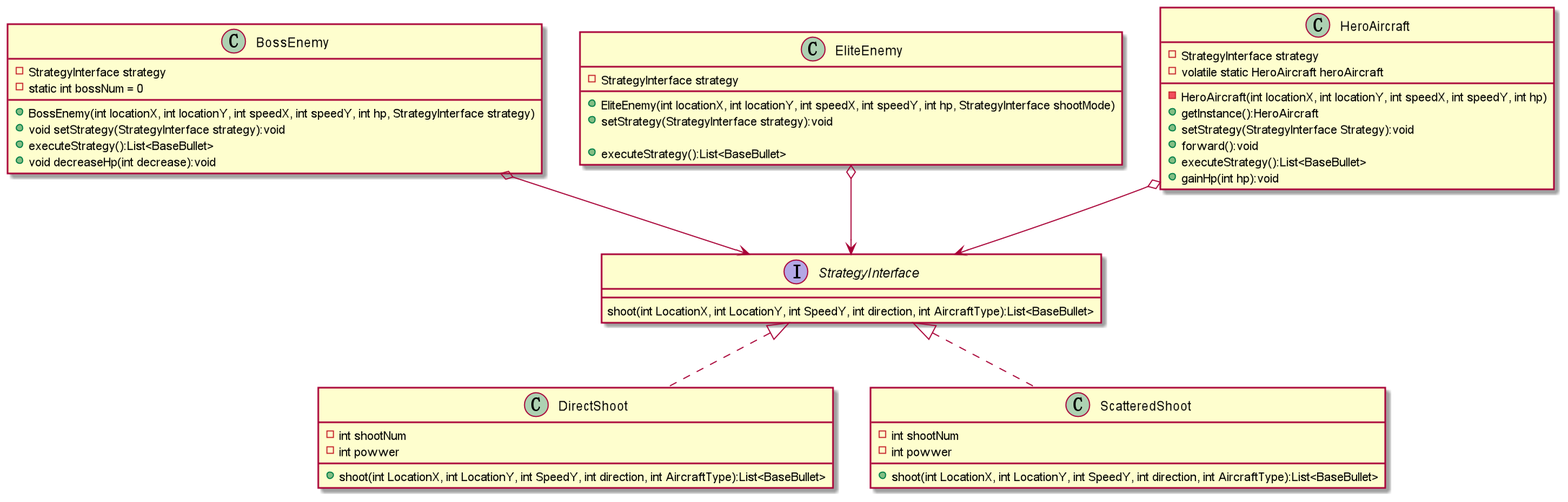
Before: uml/Strategy.png, a diagram exported from PlantUML (Lai-JX/java_lab). Its diagram source:
```plantuml
@startuml



interface StrategyInterface
class DirectShoot
class ScatteredShoot
class BossEnemy
class EliteEnemy
class HeroAircraft


StrategyInterface <|.. DirectShoot
StrategyInterface <|.. ScatteredShoot
BossEnemy o--> StrategyInterface
EliteEnemy o--> StrategyInterface
HeroAircraft o--> StrategyInterface


interface StrategyInterface {
    shoot(int LocationX, int LocationY, int SpeedY, int direction, int AircraftType):List<BaseBullet>
}
class DirectShoot {
    -int shootNum
    -int powwer
    + shoot(int LocationX, int LocationY, int SpeedY, int direction, int AircraftType):List<BaseBullet>
}
class ScatteredShoot {
    -int shootNum
    -int powwer
    + shoot(int LocationX, int LocationY, int SpeedY, int direction, int AircraftType):List<BaseBullet>
}
class HeroAircraft {
    - StrategyInterface strategy
    - volatile static HeroAircraft heroAircraft
    - HeroAircraft(int locationX, int locationY, int speedX, int speedY, int hp)
    + getInstance():HeroAircraft
    + setStrategy(StrategyInterface Strategy):void
    + forward():void
    + executeStrategy():List<BaseBullet>
    + gainHp(int hp):void
}
class BossEnemy {
    -StrategyInterface strategy
    -static int bossNum = 0

    + BossEnemy(int locationX, int locationY, int speedX, int speedY, int hp, StrategyInterface strategy)


    + void setStrategy(StrategyInterface strategy):void
    + executeStrategy():List<BaseBullet>


    +void decreaseHp(int decrease):void
}
class EliteEnemy {
        -StrategyInterface strategy

        +EliteEnemy(int locationX, int locationY, int speedX, int speedY, int hp, StrategyInterface shootMode)


        +setStrategy(StrategyInterface strategy):void

        +executeStrategy():List<BaseBullet>
}
@enduml
```
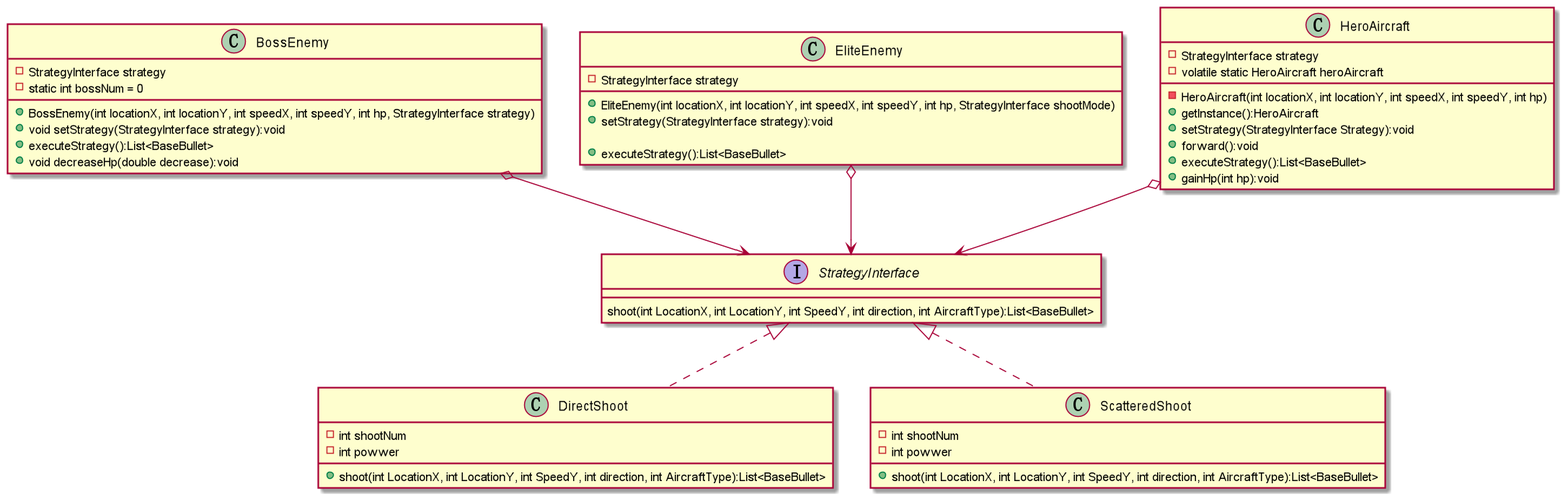
Later version of the same file.

The edit, as a diff of the source:
```diff
@@ -51,7 +51,7 @@
     + executeStrategy():List<BaseBullet>
 
 
-    +void decreaseHp(int decrease):void
+    +void decreaseHp(double decrease):void
 }
 class EliteEnemy {
         -StrategyInterface strategy
```
